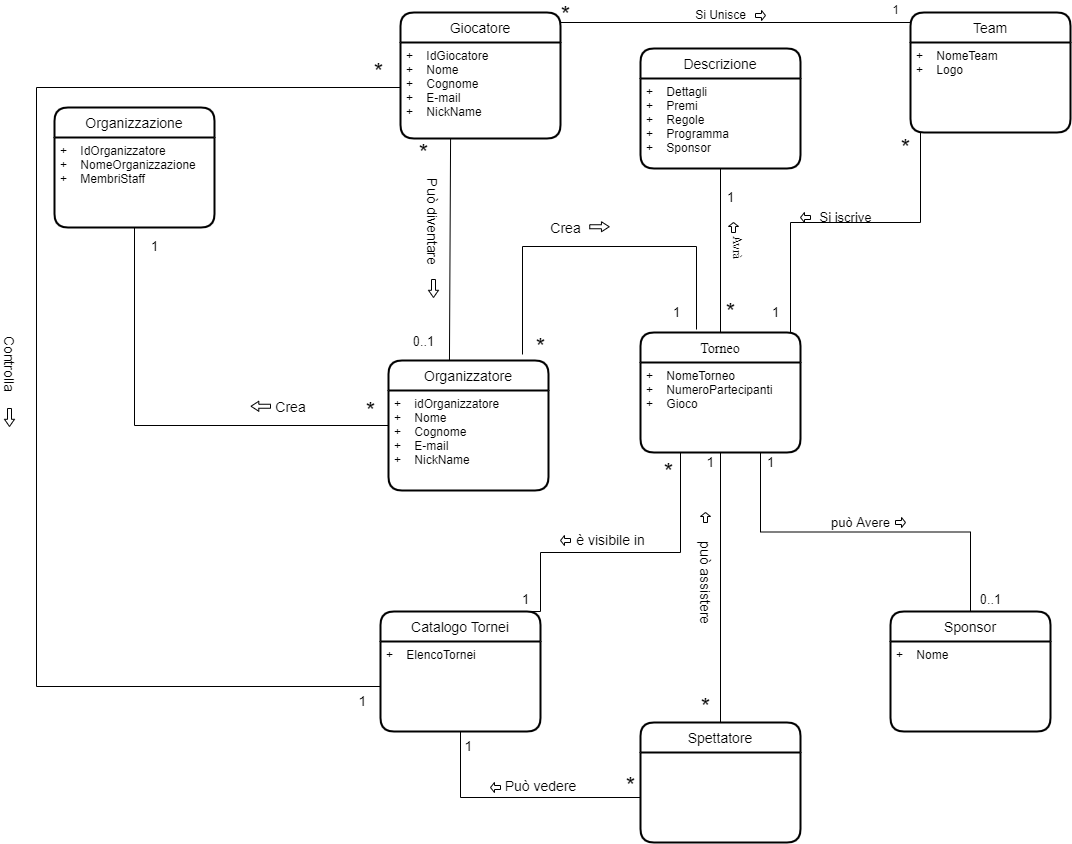
samuelechiarella/BattleFoo keeps this draw.io diagram as RelazioneProgetto/ModelloDiDominio/ModelloDiDominio_01-10-2022.png. Above is the earlier version. Source tidied: cells renumbered, new cells last; positions are measured from the earlier drawing's top-left corner, leaving out a move shared by most shapes.
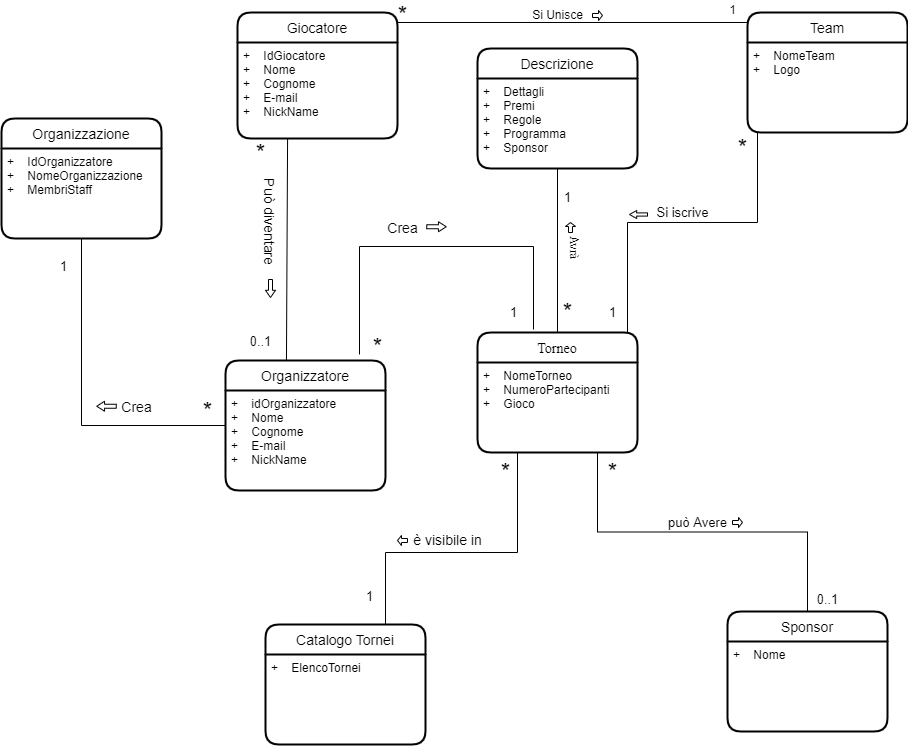
The same file after the commit.

Diff of the diagram source:
```diff
@@ -27,9 +27,6 @@
         <mxPoint x="616" y="89" as="targetPoint" />
       </mxGeometry>
     </mxCell>
-    <mxCell id="9" style="edgeStyle=orthogonalEdgeStyle;rounded=0;jettySize=auto;html=1;exitX=0.5;exitY=1;exitDx=0;exitDy=0;entryX=0.5;entryY=0;entryDx=0;entryDy=0;fontSize=13;endArrow=none;endFill=0;" parent="1" edge="1" source="10" target="17">
-      <mxGeometry relative="1" as="geometry" />
-    </mxCell>
     <mxCell id="10" value="Torneo" style="swimlane;horizontal=1;startSize=30;rounded=1;fontSize=14;fontStyle=0;strokeWidth=2;shadow=0;dashed=0;align=center;fontFamily=Times New Roman;" parent="1" vertex="1">
       <mxGeometry x="676" y="332" width="160" height="120" as="geometry" />
     </mxCell>
@@ -39,27 +36,23 @@
     <mxCell id="12" style="edgeStyle=orthogonalEdgeStyle;rounded=0;jettySize=auto;html=1;exitX=0.75;exitY=0;exitDx=0;exitDy=0;entryX=0.25;entryY=1;entryDx=0;entryDy=0;fontSize=14;endArrow=none;endFill=0;" parent="1" edge="1" source="13" target="10">
       <mxGeometry relative="1" as="geometry">
         <Array as="points">
-          <mxPoint x="576" y="611" />
-          <mxPoint x="576" y="552" />
+          <mxPoint x="584" y="552" />
           <mxPoint x="716" y="552" />
         </Array>
       </mxGeometry>
     </mxCell>
     <mxCell id="13" value="Catalogo Tornei" style="swimlane;horizontal=1;startSize=30;rounded=1;fontSize=14;fontStyle=0;strokeWidth=2;shadow=0;align=center;" parent="1" vertex="1">
-      <mxGeometry x="416" y="611" width="160" height="120" as="geometry" />
+      <mxGeometry x="464" y="624" width="160" height="120" as="geometry" />
     </mxCell>
     <mxCell id="14" value="+    ElencoTornei" style="align=left;strokeColor=none;fillColor=none;spacingLeft=4;fontSize=12;verticalAlign=top;" parent="13" vertex="1">
       <mxGeometry y="30" width="160" height="90" as="geometry" />
     </mxCell>
     <mxCell id="15" value="Organizzazione" style="swimlane;horizontal=1;startSize=30;rounded=1;fontSize=14;fontStyle=0;strokeWidth=2;shadow=0;align=center;arcSize=15;" parent="1" vertex="1">
-      <mxGeometry x="90" y="107" width="160" height="120" as="geometry" />
+      <mxGeometry x="200" y="118" width="160" height="120" as="geometry" />
     </mxCell>
     <mxCell id="16" value="+    IdOrganizzatore&#10;+    NomeOrganizzazione&#10;+    MembriStaff&#10;" style="align=left;strokeColor=none;fillColor=none;spacingLeft=4;fontSize=12;verticalAlign=top;" parent="15" vertex="1">
       <mxGeometry y="30" width="160" height="90" as="geometry" />
     </mxCell>
-    <mxCell id="17" value="Spettatore" style="swimlane;horizontal=1;startSize=30;rounded=1;fontSize=14;fontStyle=0;strokeWidth=2;shadow=0;align=center;" parent="1" vertex="1">
-      <mxGeometry x="676" y="722" width="160" height="120" as="geometry" />
-    </mxCell>
     <mxCell id="18" style="edgeStyle=orthogonalEdgeStyle;rounded=0;jettySize=auto;html=1;exitX=0.5;exitY=0;exitDx=0;exitDy=0;entryX=0.75;entryY=1;entryDx=0;entryDy=0;fontSize=13;endArrow=none;endFill=0;" parent="1" edge="1" source="19" target="10">
       <mxGeometry relative="1" as="geometry" />
     </mxCell>
@@ -105,10 +98,10 @@
       </mxGeometry>
     </mxCell>
     <mxCell id="28" value="Si iscrive" style="text;html=1;align=center;verticalAlign=middle;strokeColor=none;fillColor=none;fontSize=13;" parent="1" vertex="1">
-      <mxGeometry x="846" y="207" width="70" height="20" as="geometry" />
+      <mxGeometry x="846" y="202" width="70" height="20" as="geometry" />
     </mxCell>
     <mxCell id="29" style="shape=singleArrow;whiteSpace=wrap;html=1;arrowWidth=0.4;arrowSize=0.4;direction=west;" parent="1" vertex="1">
-      <mxGeometry x="836" y="212" width="10" height="10" as="geometry" />
+      <mxGeometry x="828" y="210" width="18" height="8" as="geometry" />
     </mxCell>
     <mxCell id="30" value="1" style="text;html=1;align=center;verticalAlign=middle;strokeColor=none;fillColor=none;fontSize=13;" parent="1" vertex="1">
       <mxGeometry x="801" y="302" width="20" height="20" as="geometry" />
@@ -116,69 +109,20 @@
     <mxCell id="31" value="può Avere" style="text;html=1;align=center;verticalAlign=middle;strokeColor=none;fillColor=none;fontSize=13;" parent="1" vertex="1">
       <mxGeometry x="851" y="513" width="90" height="18" as="geometry" />
     </mxCell>
-    <mxCell id="32" value="1" style="text;html=1;align=center;verticalAlign=middle;strokeColor=none;fillColor=none;fontSize=13;" parent="1" vertex="1">
-      <mxGeometry x="796" y="452" width="20" height="20" as="geometry" />
-    </mxCell>
     <mxCell id="33" value="&lt;span style=&quot;font-size: 13px&quot;&gt;0..1&lt;br&gt;&lt;/span&gt;" style="text;html=1;align=center;verticalAlign=middle;strokeColor=none;fillColor=none;fontSize=24;" parent="1" vertex="1">
       <mxGeometry x="999" y="578" width="54" height="36" as="geometry" />
     </mxCell>
     <mxCell id="34" style="shape=singleArrow;whiteSpace=wrap;html=1;arrowWidth=0.4;arrowSize=0.4;fontSize=13;" parent="1" vertex="1">
       <mxGeometry x="931" y="517" width="10" height="10" as="geometry" />
     </mxCell>
-    <mxCell id="35" value="1" style="text;html=1;align=center;verticalAlign=middle;strokeColor=none;fillColor=none;fontSize=14;" parent="1" vertex="1">
-      <mxGeometry x="736" y="452" width="20" height="20" as="geometry" />
-    </mxCell>
-    <mxCell id="36" value="*" style="text;html=1;align=center;verticalAlign=middle;strokeColor=none;fillColor=none;fontSize=24;" parent="1" vertex="1">
-      <mxGeometry x="731" y="692" width="20" height="30" as="geometry" />
-    </mxCell>
-    <mxCell id="37" value="può assistere&lt;br&gt;" style="text;html=1;align=center;verticalAlign=middle;strokeColor=none;fillColor=none;fontSize=14;rotation=90;" parent="1" vertex="1">
-      <mxGeometry x="691" y="572" width="100" height="20" as="geometry" />
-    </mxCell>
-    <mxCell id="38" style="shape=singleArrow;whiteSpace=wrap;html=1;arrowWidth=0.4;arrowSize=0.4;fontSize=13;direction=north;" parent="1" vertex="1">
-      <mxGeometry x="736" y="512" width="10" height="10" as="geometry" />
-    </mxCell>
     <mxCell id="39" value="Crea" style="text;html=1;align=center;verticalAlign=middle;strokeColor=none;fillColor=none;fontSize=14;" parent="1" vertex="1">
-      <mxGeometry x="301.2" y="396.8" width="50" height="20" as="geometry" />
+      <mxGeometry x="310" y="396.8" width="50" height="20" as="geometry" />
     </mxCell>
-    <mxCell id="40" style="edgeStyle=orthogonalEdgeStyle;rounded=0;jettySize=auto;html=1;exitX=0;exitY=0.5;exitDx=0;exitDy=0;entryX=0;entryY=0.5;entryDx=0;entryDy=0;fontSize=14;endArrow=none;endFill=0;" parent="1" edge="1" source="3" target="14">
-      <mxGeometry relative="1" as="geometry">
-        <Array as="points">
-          <mxPoint x="72" y="87" />
-          <mxPoint x="72" y="686" />
-        </Array>
-      </mxGeometry>
-    </mxCell>
-    <mxCell id="41" style="edgeStyle=orthogonalEdgeStyle;rounded=0;jettySize=auto;html=1;exitX=0;exitY=0.5;exitDx=0;exitDy=0;entryX=0.5;entryY=1;entryDx=0;entryDy=0;fontSize=14;endArrow=none;endFill=0;" parent="1" edge="1" target="14">
-      <mxGeometry relative="1" as="geometry">
-        <mxPoint x="676" y="797" as="sourcePoint" />
-      </mxGeometry>
-    </mxCell>
-    <mxCell id="42" style="edgeStyle=orthogonalEdgeStyle;rounded=0;jettySize=auto;html=1;fontSize=24;" parent="1" edge="1" source="x">
+    <mxCell id="42" style="edgeStyle=orthogonalEdgeStyle;rounded=0;orthogonalLoop=1;jettySize=auto;html=1;fontSize=24;" parent="1" edge="1">
       <mxGeometry relative="1" as="geometry">
         <mxPoint x="1108" y="782" as="targetPoint" />
       </mxGeometry>
     </mxCell>
-    <mxCell id="43" value="Può vedere" style="text;html=1;align=center;verticalAlign=middle;strokeColor=none;fillColor=none;fontSize=14;" parent="1" vertex="1">
-      <mxGeometry x="522" y="777" width="108" height="18" as="geometry" />
-    </mxCell>
-    <mxCell id="44" value="1" style="text;html=1;align=center;verticalAlign=middle;strokeColor=none;fillColor=none;fontSize=14;" parent="1" vertex="1">
-      <mxGeometry x="486" y="737" width="36" height="18" as="geometry" />
-    </mxCell>
-    <mxCell id="45" value="*" style="text;html=1;align=center;verticalAlign=middle;strokeColor=none;fillColor=none;fontSize=24;" parent="1" vertex="1">
-      <mxGeometry x="656" y="771" width="20" height="30" as="geometry" />
-    </mxCell>
-    <mxCell id="46" style="shape=singleArrow;whiteSpace=wrap;html=1;arrowWidth=0.4;arrowSize=0.4;fontSize=13;direction=west;" parent="1" vertex="1">
-      <mxGeometry x="526" y="782" width="10" height="10" as="geometry" />
-    </mxCell>
-    <mxCell id="47" value="Controlla" style="text;html=1;align=center;verticalAlign=middle;strokeColor=none;fillColor=none;fontSize=14;rotation=90;" parent="1" vertex="1">
-      <mxGeometry y="354" width="90" height="18" as="geometry" />
-    </mxCell>
-    <mxCell id="48" value="1" style="text;html=1;align=center;verticalAlign=middle;strokeColor=none;fillColor=none;fontSize=14;" parent="1" vertex="1">
-      <mxGeometry x="380" y="692" width="36" height="18" as="geometry" />
-    </mxCell>
-    <mxCell id="49" value="*" style="text;html=1;align=center;verticalAlign=middle;strokeColor=none;fillColor=none;fontSize=24;" parent="1" vertex="1">
-      <mxGeometry x="404" y="57" width="20" height="30" as="geometry" />
-    </mxCell>
     <mxCell id="50" value="è visibile in" style="text;html=1;align=center;verticalAlign=middle;strokeColor=none;fillColor=none;fontSize=14;" parent="1" vertex="1">
       <mxGeometry x="601" y="531" width="90" height="18" as="geometry" />
     </mxCell>
@@ -186,7 +130,7 @@
       <mxGeometry x="686" y="454" width="36" height="36" as="geometry" />
     </mxCell>
     <mxCell id="52" value="&lt;font style=&quot;font-size: 13px&quot;&gt;1&lt;/font&gt;" style="text;html=1;align=center;verticalAlign=middle;strokeColor=none;fillColor=none;fontSize=24;" parent="1" vertex="1">
-      <mxGeometry x="543" y="578" width="36" height="36" as="geometry" />
+      <mxGeometry x="550" y="575" width="36" height="36" as="geometry" />
     </mxCell>
     <mxCell id="53" style="shape=singleArrow;whiteSpace=wrap;html=1;arrowWidth=0.4;arrowSize=0.4;fontSize=13;direction=west;" parent="1" vertex="1">
       <mxGeometry x="596" y="535" width="10" height="10" as="geometry" />
@@ -218,9 +162,6 @@
     <mxCell id="62" value="*" style="text;html=1;align=center;verticalAlign=middle;strokeColor=none;fillColor=none;fontSize=24;" parent="1" vertex="1">
       <mxGeometry x="931" y="133" width="20" height="30" as="geometry" />
     </mxCell>
-    <mxCell id="63" style="shape=singleArrow;whiteSpace=wrap;html=1;arrowWidth=0.4;arrowSize=0.4;direction=south;" parent="1" vertex="1">
-      <mxGeometry x="40" y="408" width="10" height="18" as="geometry" />
-    </mxCell>
     <mxCell id="64" value="Organizzatore" style="swimlane;horizontal=1;startSize=30;rounded=1;fontSize=14;fontStyle=0;strokeWidth=2;shadow=0;align=center;" parent="1" vertex="1">
       <mxGeometry x="424" y="360" width="160" height="130" as="geometry" />
     </mxCell>
@@ -228,18 +169,18 @@
       <mxGeometry y="30" width="160" height="100" as="geometry" />
     </mxCell>
     <mxCell id="66" style="shape=singleArrow;whiteSpace=wrap;html=1;arrowWidth=0.4;arrowSize=0.4;direction=south;rotation=90;" parent="1" vertex="1">
-      <mxGeometry x="291.2" y="396" width="10" height="19.5" as="geometry" />
+      <mxGeometry x="300" y="396" width="10" height="19.5" as="geometry" />
     </mxCell>
     <mxCell id="67" value="*" style="text;html=1;align=center;verticalAlign=middle;strokeColor=none;fillColor=none;fontSize=24;" parent="1" vertex="1">
       <mxGeometry x="396" y="396" width="20" height="30" as="geometry" />
     </mxCell>
     <mxCell id="68" value="1" style="text;html=1;align=center;verticalAlign=middle;strokeColor=none;fillColor=none;fontSize=13;" parent="1" vertex="1">
-      <mxGeometry x="180" y="236" width="20" height="20" as="geometry" />
+      <mxGeometry x="252" y="256" width="20" height="20" as="geometry" />
     </mxCell>
     <mxCell id="69" style="endArrow=none;html=1;rounded=0;fontSize=24;exitX=0;exitY=0.5;exitDx=0;exitDy=0;entryX=0.5;entryY=1;entryDx=0;entryDy=0;" parent="1" edge="1" source="64" target="16">
       <mxGeometry relative="1" as="geometry">
         <Array as="points">
-          <mxPoint x="170" y="425" />
+          <mxPoint x="280" y="425" />
         </Array>
       </mxGeometry>
     </mxCell>
@@ -279,5 +220,8 @@
     <mxCell id="79" style="shape=singleArrow;whiteSpace=wrap;html=1;arrowWidth=0.4;arrowSize=0.4;direction=south;" parent="1" vertex="1">
       <mxGeometry x="464" y="279" width="10" height="18" as="geometry" />
     </mxCell>
+    <mxCell id="80" value="&lt;font style=&quot;font-size: 24px&quot;&gt;*&lt;/font&gt;" style="text;html=1;align=center;verticalAlign=middle;strokeColor=none;fillColor=none;fontSize=14;" parent="1" vertex="1">
+      <mxGeometry x="793" y="454" width="36" height="36" as="geometry" />
+    </mxCell>
   </root>
 </mxGraphModel>
```
